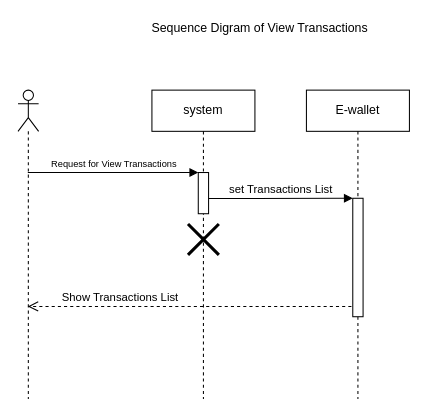
This is Behavioral Modeling/SequenceDiagram/SeqTransactions.drawio from kargaranamir/Travelink, a draw.io file, before an edit. Source tidied: cells renumbered, new cells numbered last; positions are measured from the earlier drawing's top-left corner, leaving out a move shared by most shapes. Both pictures are drawn from the tidied source at 103%, with x=0, y=0 at pixel (18, 18).
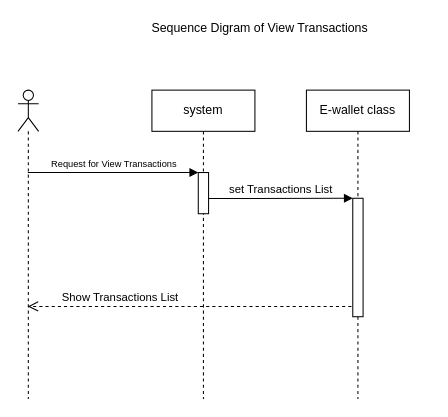
The same diagram, later.

Change to the diagram source:
```diff
@@
 <mxGraphModel>
   <root>
     <mxCell id="0" />
     <mxCell id="1" parent="0" />
     <mxCell id="2" style="shape=umlLifeline;participant=umlActor;perimeter=lifelinePerimeter;whiteSpace=wrap;html=1;verticalAlign=top;spacingTop=36;labelBackgroundColor=#ffffff;outlineConnect=0;" parent="1" vertex="1">
       <mxGeometry y="70" width="20" height="300" as="geometry" />
     </mxCell>
     <mxCell id="3" value="system" style="shape=umlLifeline;perimeter=lifelinePerimeter;whiteSpace=wrap;html=1;" parent="1" vertex="1">
       <mxGeometry x="130" y="70" width="100" height="300" as="geometry" />
     </mxCell>
     <mxCell id="4" style="html=1;points=[];perimeter=orthogonalPerimeter;" parent="3" vertex="1">
       <mxGeometry x="45" y="80" width="10" height="40" as="geometry" />
     </mxCell>
-    <mxCell id="5" style="shape=umlDestroy;whiteSpace=wrap;html=1;strokeWidth=3;" parent="3" vertex="1">
-      <mxGeometry x="35" y="130" width="30" height="30" as="geometry" />
-    </mxCell>
-    <mxCell id="6" value="E-wallet" style="shape=umlLifeline;perimeter=lifelinePerimeter;whiteSpace=wrap;html=1;" parent="1" vertex="1">
+    <mxCell id="6" value="E-wallet class" style="shape=umlLifeline;perimeter=lifelinePerimeter;whiteSpace=wrap;html=1;" parent="1" vertex="1">
       <mxGeometry x="280" y="70" width="100" height="300" as="geometry" />
     </mxCell>
     <mxCell id="7" style="html=1;points=[];perimeter=orthogonalPerimeter;" parent="6" vertex="1">
       <mxGeometry x="45" y="105" width="10" height="115" as="geometry" />
     </mxCell>
     <mxCell id="8" value="&lt;font style=&quot;font-size: 9px&quot;&gt;Request for View Transactions&lt;/font&gt;&lt;br&gt;" style="html=1;verticalAlign=bottom;endArrow=block;entryX=0;entryY=0;" parent="1" edge="1" source="2" target="4">
       <mxGeometry relative="1" as="geometry" />
     </mxCell>
     <mxCell id="9" value="set Transactions List" style="html=1;verticalAlign=bottom;endArrow=block;entryX=0;entryY=0;exitX=1;exitY=0.633;exitDx=0;exitDy=0;exitPerimeter=0;" parent="1" edge="1" source="4" target="7">
       <mxGeometry relative="1" as="geometry" />
     </mxCell>
     <mxCell id="10" value="Show Transactions List&lt;br&gt;" style="html=1;verticalAlign=bottom;endArrow=open;dashed=1;endSize=8;exitX=-0.133;exitY=0.913;exitDx=0;exitDy=0;exitPerimeter=0;" parent="1" edge="1" source="7" target="2">
       <mxGeometry x="0.43" relative="1" as="geometry" />
     </mxCell>
     <mxCell id="11" value="Sequence Digram of View Transactions" style="text;html=1;strokeColor=none;fillColor=none;align=center;verticalAlign=middle;whiteSpace=wrap;rounded=0;" parent="1" vertex="1">
       <mxGeometry x="70" width="330" height="20" as="geometry" />
     </mxCell>
   </root>
 </mxGraphModel>
```
